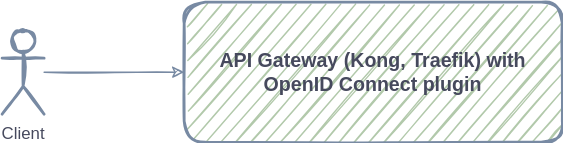
Before: microservices.drawio.svg, a diagram exported from draw.io (vahidzafari/microservice-design). Source tidied: cells renumbered, new cells last; positions are measured from the earlier drawing's top-left corner, leaving out a move shared by most shapes.
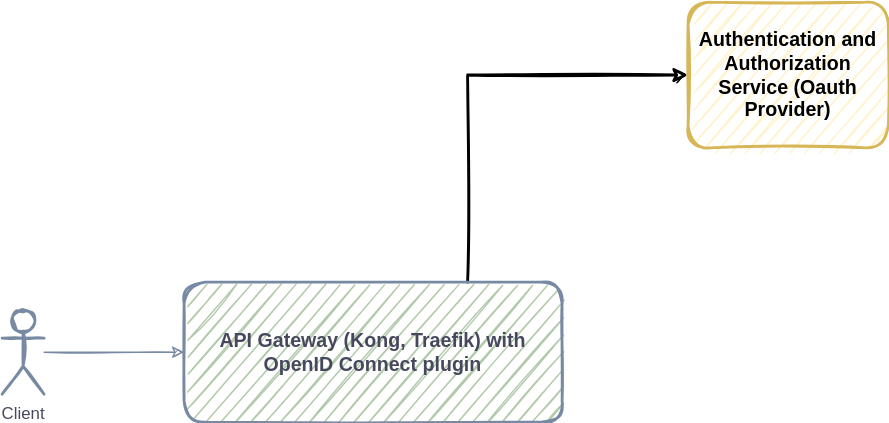
After the commit.

Change to the diagram source:
```diff
@@ -2,6 +2,9 @@
   <root>
     <mxCell id="0" />
     <mxCell id="1" parent="0" />
+    <mxCell id="5" style="edgeStyle=orthogonalEdgeStyle;rounded=0;jettySize=auto;html=1;exitX=0.75;exitY=0;exitDx=0;exitDy=0;entryX=0;entryY=0.5;entryDx=0;entryDy=0;fontSize=14;strokeWidth=2;sketch=1;" parent="1" edge="1" source="2" target="6">
+      <mxGeometry relative="1" as="geometry" />
+    </mxCell>
     <mxCell id="2" value="&lt;b&gt;&lt;font style=&quot;font-size: 14px;&quot;&gt;API Gateway (Kong, Traefik) with OpenID Connect plugin&lt;/font&gt;&lt;/b&gt;" style="rounded=1;whiteSpace=wrap;html=1;sketch=1;fillColor=#B2C9AB;strokeColor=#788AA3;strokeWidth=2;glass=0;shadow=0;fontColor=#46495D;" parent="1" vertex="1">
       <mxGeometry x="130" width="270" height="100" as="geometry" />
     </mxCell>
@@ -11,5 +14,8 @@
     <mxCell id="4" value="&lt;div&gt;Client&lt;/div&gt;" style="shape=umlActor;verticalLabelPosition=bottom;verticalAlign=top;html=1;shadow=0;glass=0;sketch=1;strokeWidth=2;fillColor=none;strokeColor=#788AA3;fontColor=#46495D;rounded=1;" parent="1" vertex="1">
       <mxGeometry y="20" width="30" height="60" as="geometry" />
     </mxCell>
+    <mxCell id="6" value="&lt;font style=&quot;font-size: 14px;&quot;&gt;&lt;b&gt;Authentication and Authorization Service (Oauth Provider)&lt;/b&gt;&lt;/font&gt;" style="rounded=1;whiteSpace=wrap;html=1;sketch=1;strokeWidth=2;fillColor=#fff2cc;strokeColor=#d6b656;" parent="1" vertex="1">
+      <mxGeometry x="490" y="-200" width="143" height="104" as="geometry" />
+    </mxCell>
   </root>
 </mxGraphModel>
```
